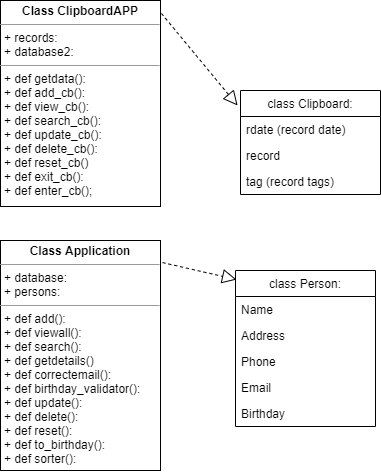
Earlier version of the draw.io export Untitled Diagram.png (ValkoYurii/PythonWeb-GoIT). Source tidied: cells renumbered, new cells last; positions are measured from the earlier drawing's top-left corner, leaving out a move shared by most shapes.
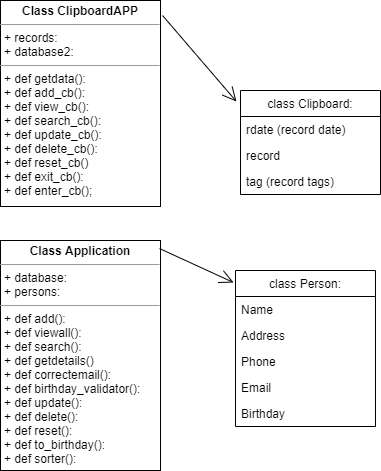
Later version of the same file.

Diff of the diagram source:
```diff
@@ -38,10 +38,10 @@
     <mxCell id="13" value="&lt;p style=&quot;margin: 0px ; margin-top: 4px ; text-align: center&quot;&gt;&lt;b&gt;Class Application&lt;/b&gt;&lt;/p&gt;&lt;hr size=&quot;1&quot;&gt;&lt;p style=&quot;margin: 0px ; margin-left: 4px&quot;&gt;+ database:&lt;/p&gt;&lt;p style=&quot;margin: 0px ; margin-left: 4px&quot;&gt;+ persons:&lt;/p&gt;&lt;hr size=&quot;1&quot;&gt;&lt;p style=&quot;margin: 0px ; margin-left: 4px&quot;&gt;+ def add():&lt;/p&gt;&lt;p style=&quot;margin: 0px ; margin-left: 4px&quot;&gt;+ def viewall():&lt;br&gt;&lt;/p&gt;&lt;p style=&quot;margin: 0px ; margin-left: 4px&quot;&gt;+ def search():&lt;/p&gt;&lt;p style=&quot;margin: 0px ; margin-left: 4px&quot;&gt;+ def getdetails()&lt;/p&gt;&lt;p style=&quot;margin: 0px ; margin-left: 4px&quot;&gt;+ def correctemail():&lt;/p&gt;&lt;p style=&quot;margin: 0px ; margin-left: 4px&quot;&gt;+ def birthday_validator():&lt;/p&gt;&lt;p style=&quot;margin: 0px ; margin-left: 4px&quot;&gt;+ def update():&lt;/p&gt;&lt;p style=&quot;margin: 0px ; margin-left: 4px&quot;&gt;+ def delete():&lt;/p&gt;&lt;p style=&quot;margin: 0px ; margin-left: 4px&quot;&gt;+ def reset():&lt;/p&gt;&lt;p style=&quot;margin: 0px ; margin-left: 4px&quot;&gt;+ def to_birthday():&lt;/p&gt;&lt;p style=&quot;margin: 0px ; margin-left: 4px&quot;&gt;+ def sorter():&lt;/p&gt;" style="verticalAlign=top;align=left;overflow=fill;fontSize=12;fontFamily=Helvetica;html=1;" parent="1" vertex="1">
       <mxGeometry y="240" width="160" height="230" as="geometry" />
     </mxCell>
-    <mxCell id="14" style="endArrow=block;dashed=1;endFill=0;endSize=12;html=1;exitX=1.013;exitY=0.096;exitDx=0;exitDy=0;entryX=0.007;entryY=0.058;entryDx=0;entryDy=0;entryPerimeter=0;exitPerimeter=0;" parent="1" edge="1" source="13" target="6">
+    <mxCell id="14" style="endArrow=open;endFill=1;endSize=12;html=1;exitX=0.994;exitY=0.035;exitDx=0;exitDy=0;exitPerimeter=0;entryX=-0.014;entryY=0.077;entryDx=0;entryDy=0;entryPerimeter=0;" parent="1" edge="1" source="13" target="6">
       <mxGeometry relative="1" as="geometry" />
     </mxCell>
-    <mxCell id="15" style="endArrow=block;dashed=1;endFill=0;endSize=12;html=1;exitX=1.006;exitY=0.063;exitDx=0;exitDy=0;entryX=-0.021;entryY=0.144;entryDx=0;entryDy=0;entryPerimeter=0;exitPerimeter=0;" parent="1" edge="1" source="12" target="2">
+    <mxCell id="15" style="endArrow=open;endFill=1;endSize=12;html=1;exitX=1.013;exitY=0.073;exitDx=0;exitDy=0;exitPerimeter=0;entryX=-0.029;entryY=0.106;entryDx=0;entryDy=0;entryPerimeter=0;" parent="1" edge="1" source="12" target="2">
       <mxGeometry relative="1" as="geometry" />
     </mxCell>
   </root>
```
